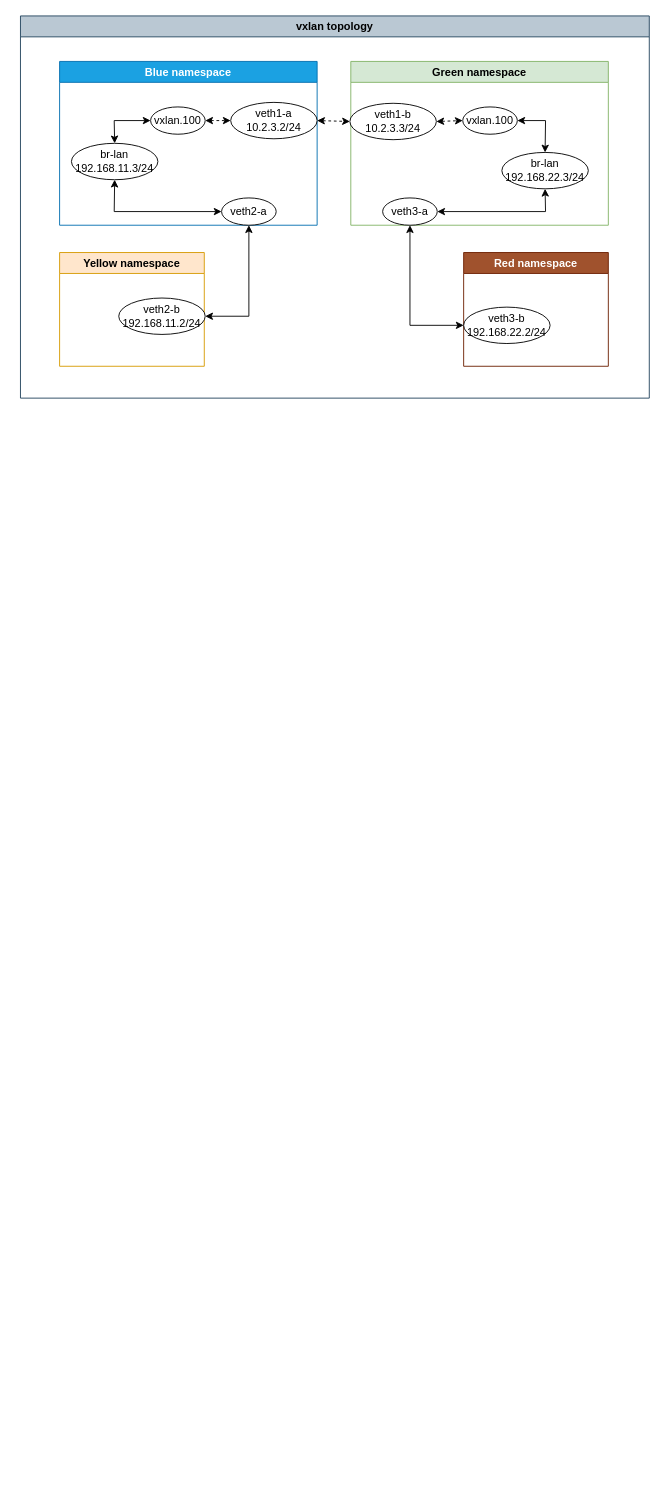
Earlier version of the draw.io diagram Data/vxlan.drawio (HemingT/Diagram). Source tidied: cells renumbered, new cells numbered last; positions are measured from the earlier drawing's top-left corner, leaving out a move shared by most shapes. Both pictures are drawn from the tidied source at 91%, with x=0, y=0 at pixel (20, 15).
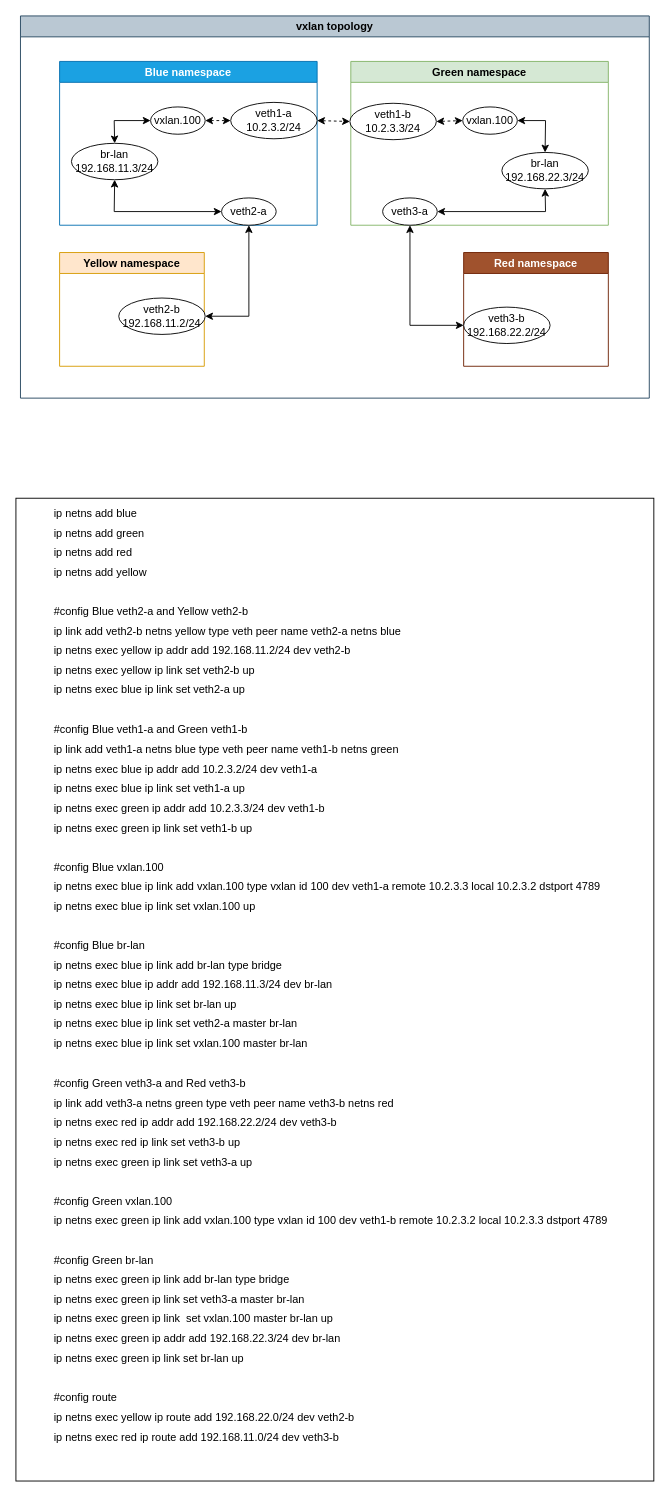
The same page after the edit.

Change to the diagram source:
```diff
@@
+    <mxCell id="26" value="&lt;blockquote style=&quot;margin: 0 0 0 40px; border: none; padding: 0px;&quot;&gt;&lt;div style=&quot;line-height: 180%;&quot;&gt;&lt;div&gt;ip netns add blue&lt;/div&gt;&lt;/div&gt;&lt;div style=&quot;line-height: 180%;&quot;&gt;&lt;div&gt;ip netns add green&lt;/div&gt;&lt;/div&gt;&lt;div style=&quot;line-height: 180%;&quot;&gt;&lt;div&gt;ip netns add red&lt;/div&gt;&lt;/div&gt;&lt;div style=&quot;line-height: 180%;&quot;&gt;&lt;div&gt;ip netns add yellow&lt;/div&gt;&lt;/div&gt;&lt;div style=&quot;line-height: 180%;&quot;&gt;&lt;div&gt;&lt;br&gt;&lt;/div&gt;&lt;/div&gt;&lt;div style=&quot;line-height: 180%;&quot;&gt;&lt;div&gt;#config Blue veth2-a and Yellow veth2-b&lt;/div&gt;&lt;/div&gt;&lt;div style=&quot;line-height: 180%;&quot;&gt;&lt;div&gt;ip link add veth2-b netns yellow type veth peer name veth2-a netns blue&lt;/div&gt;&lt;/div&gt;&lt;div style=&quot;line-height: 180%;&quot;&gt;&lt;div&gt;ip netns exec yellow ip addr add 192.168.11.2/24 dev veth2-b&lt;/div&gt;&lt;/div&gt;&lt;div style=&quot;line-height: 180%;&quot;&gt;&lt;div&gt;ip netns exec yellow ip link set veth2-b up&lt;/div&gt;&lt;/div&gt;&lt;div style=&quot;line-height: 180%;&quot;&gt;&lt;div&gt;ip netns exec blue ip link set veth2-a up&lt;/div&gt;&lt;/div&gt;&lt;div style=&quot;line-height: 180%;&quot;&gt;&lt;div&gt;&lt;br&gt;&lt;/div&gt;&lt;/div&gt;&lt;div style=&quot;line-height: 180%;&quot;&gt;&lt;div&gt;#config Blue veth1-a and Green veth1-b&lt;/div&gt;&lt;/div&gt;&lt;div style=&quot;line-height: 180%;&quot;&gt;&lt;div&gt;ip link add veth1-a netns blue type veth peer name veth1-b netns green&lt;/div&gt;&lt;/div&gt;&lt;div style=&quot;line-height: 180%;&quot;&gt;&lt;div&gt;ip netns exec blue ip addr add 10.2.3.2/24 dev veth1-a&lt;/div&gt;&lt;/div&gt;&lt;div style=&quot;line-height: 180%;&quot;&gt;&lt;div&gt;ip netns exec blue ip link set veth1-a up&lt;/div&gt;&lt;/div&gt;&lt;div style=&quot;line-height: 180%;&quot;&gt;&lt;div&gt;ip netns exec green ip addr add 10.2.3.3/24 dev veth1-b&lt;/div&gt;&lt;/div&gt;&lt;div style=&quot;line-height: 180%;&quot;&gt;&lt;div&gt;ip netns exec green ip link set veth1-b up&lt;/div&gt;&lt;/div&gt;&lt;div style=&quot;line-height: 180%;&quot;&gt;&lt;div&gt;&lt;br&gt;&lt;/div&gt;&lt;/div&gt;&lt;div style=&quot;line-height: 180%;&quot;&gt;&lt;div&gt;#config Blue vxlan.100&lt;/div&gt;&lt;/div&gt;&lt;div style=&quot;line-height: 180%;&quot;&gt;&lt;div&gt;ip netns exec blue ip link add vxlan.100 type vxlan id 100 dev veth1-a remote 10.2.3.3 local 10.2.3.2 dstport 4789&lt;/div&gt;&lt;/div&gt;&lt;div style=&quot;line-height: 180%;&quot;&gt;&lt;div&gt;ip netns exec blue ip link set vxlan.100 up&lt;/div&gt;&lt;/div&gt;&lt;div style=&quot;line-height: 180%;&quot;&gt;&lt;div&gt;&lt;br&gt;&lt;/div&gt;&lt;/div&gt;&lt;div style=&quot;line-height: 180%;&quot;&gt;&lt;div&gt;#config Blue br-lan&lt;/div&gt;&lt;/div&gt;&lt;div style=&quot;line-height: 180%;&quot;&gt;&lt;div&gt;ip netns exec blue ip link add br-lan type bridge&lt;/div&gt;&lt;/div&gt;&lt;div style=&quot;line-height: 180%;&quot;&gt;&lt;div&gt;ip netns exec blue ip addr add 192.168.11.3/24 dev br-lan&lt;/div&gt;&lt;/div&gt;&lt;div style=&quot;line-height: 180%;&quot;&gt;&lt;div&gt;ip netns exec blue ip link set br-lan up&lt;/div&gt;&lt;/div&gt;&lt;div style=&quot;line-height: 180%;&quot;&gt;&lt;div&gt;ip netns exec blue ip link set veth2-a master br-lan&lt;/div&gt;&lt;/div&gt;&lt;div style=&quot;line-height: 180%;&quot;&gt;&lt;div&gt;ip netns exec blue ip link set vxlan.100 master br-lan&lt;/div&gt;&lt;/div&gt;&lt;div style=&quot;line-height: 180%;&quot;&gt;&lt;div&gt;&lt;br&gt;&lt;/div&gt;&lt;/div&gt;&lt;div style=&quot;line-height: 180%;&quot;&gt;&lt;div&gt;#config Green veth3-a and Red veth3-b&lt;/div&gt;&lt;/div&gt;&lt;div style=&quot;line-height: 180%;&quot;&gt;&lt;div&gt;ip link add veth3-a netns green type veth peer name veth3-b netns red&lt;/div&gt;&lt;/div&gt;&lt;div style=&quot;line-height: 180%;&quot;&gt;&lt;div&gt;ip netns exec red ip addr add 192.168.22.2/24 dev veth3-b&lt;/div&gt;&lt;/div&gt;&lt;div style=&quot;line-height: 180%;&quot;&gt;&lt;div&gt;ip netns exec red ip link set veth3-b up&lt;/div&gt;&lt;/div&gt;&lt;div style=&quot;line-height: 180%;&quot;&gt;&lt;div&gt;ip netns exec green ip link set veth3-a up&lt;/div&gt;&lt;/div&gt;&lt;div style=&quot;line-height: 180%;&quot;&gt;&lt;div&gt;&lt;br&gt;&lt;/div&gt;&lt;/div&gt;&lt;div style=&quot;line-height: 180%;&quot;&gt;&lt;div&gt;#config Green vxlan.100&lt;/div&gt;&lt;/div&gt;&lt;div style=&quot;line-height: 180%;&quot;&gt;&lt;div&gt;ip netns exec green ip link add vxlan.100 type vxlan id 100 dev veth1-b remote 10.2.3.2 local 10.2.3.3 dstport 4789&lt;/div&gt;&lt;/div&gt;&lt;div style=&quot;line-height: 180%;&quot;&gt;&lt;div&gt;&lt;br&gt;&lt;/div&gt;&lt;/div&gt;&lt;div style=&quot;line-height: 180%;&quot;&gt;&lt;div&gt;#config Green br-lan&lt;/div&gt;&lt;/div&gt;&lt;div style=&quot;line-height: 180%;&quot;&gt;&lt;div&gt;ip netns exec green ip link add br-lan type bridge&lt;/div&gt;&lt;/div&gt;&lt;div style=&quot;line-height: 180%;&quot;&gt;&lt;div&gt;ip netns exec green ip link set veth3-a master br-lan&lt;/div&gt;&lt;/div&gt;&lt;div style=&quot;line-height: 180%;&quot;&gt;&lt;div&gt;ip netns exec green ip link&amp;nbsp; set vxlan.100 master br-lan up&lt;/div&gt;&lt;/div&gt;&lt;div style=&quot;line-height: 180%;&quot;&gt;&lt;div&gt;ip netns exec green ip addr add 192.168.22.3/24 dev br-lan&lt;/div&gt;&lt;/div&gt;&lt;div style=&quot;line-height: 180%;&quot;&gt;&lt;div&gt;ip netns exec green ip link set br-lan up&lt;/div&gt;&lt;/div&gt;&lt;div style=&quot;line-height: 180%;&quot;&gt;&lt;div&gt;&lt;br&gt;&lt;/div&gt;&lt;/div&gt;&lt;div style=&quot;line-height: 180%;&quot;&gt;&lt;div&gt;#config route&lt;/div&gt;&lt;/div&gt;&lt;div style=&quot;line-height: 180%;&quot;&gt;&lt;div&gt;ip netns exec yellow ip route add 192.168.22.0/24 dev veth2-b&lt;/div&gt;&lt;/div&gt;&lt;div style=&quot;line-height: 180%;&quot;&gt;&lt;div&gt;ip netns exec red ip route add 192.168.11.0/24 dev veth3-b&lt;/div&gt;&lt;/div&gt;&lt;/blockquote&gt;" style="rounded=0;whiteSpace=wrap;html=1;align=left;verticalAlign=top;" parent="1" vertex="1">
+      <mxGeometry x="-5" y="530" width="701" height="1080" as="geometry" />
+    </mxCell>
```
